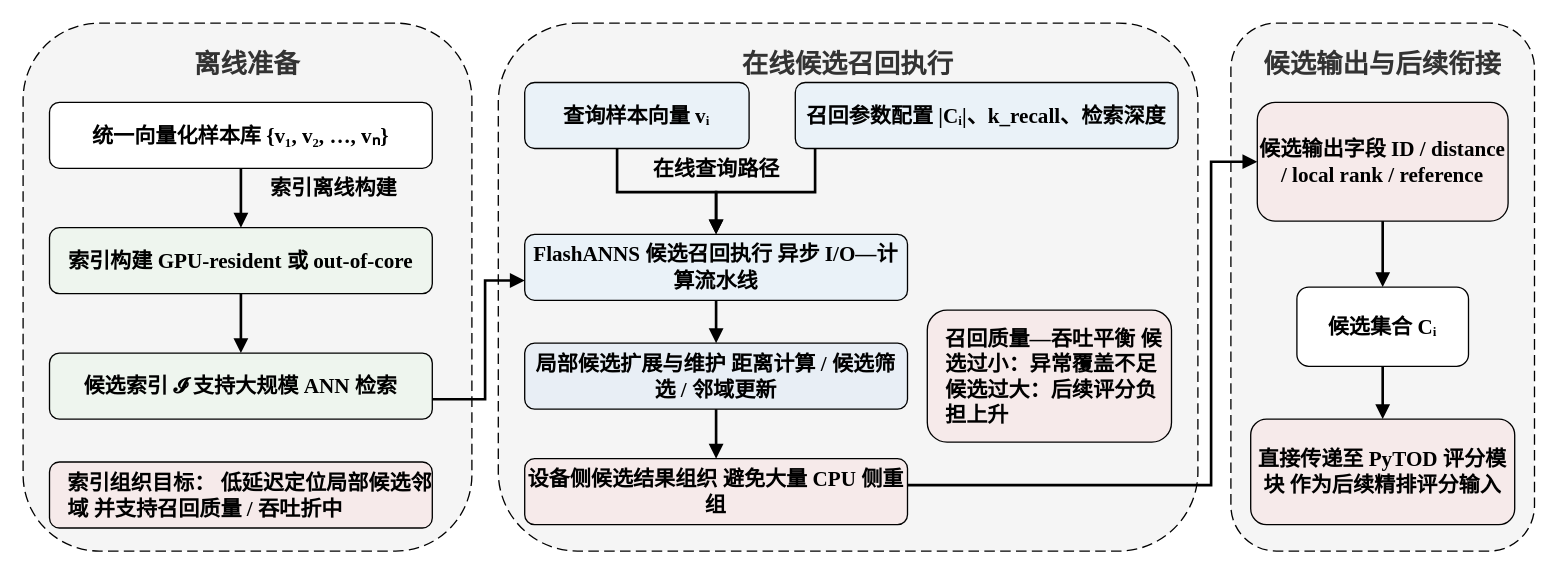
Above: figures/fig3-3_FlashANNS_candidate_recall_flow.drawio in HuangEven/latex-template (draw.io), before the change. Source tidied: cells renumbered, new cells numbered last; positions are measured from the earlier drawing's top-left corner, leaving out a move shared by most shapes. Both pictures are drawn from the tidied source at 132%, with x=0, y=0 at pixel (22, 22).
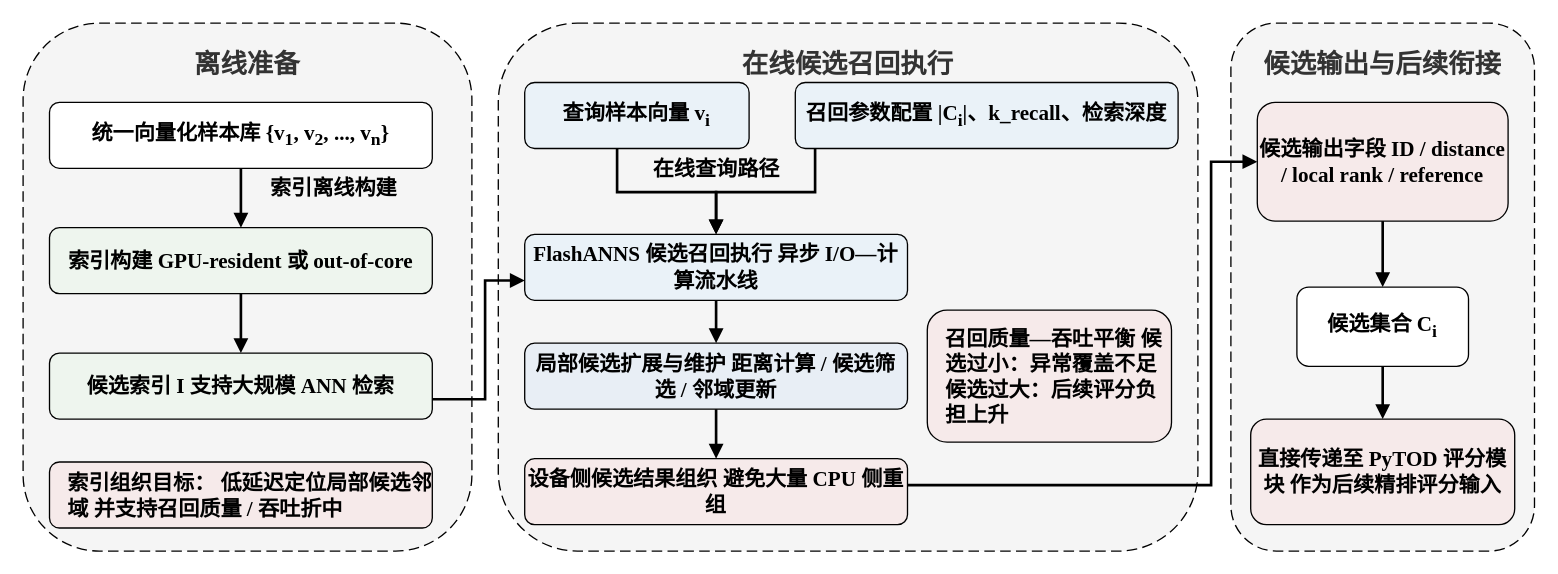
After the change.

The edit, as a diff of the source:
```diff
@@
-    <mxCell id="5" value="统一向量化样本库 {v₁, v₂, …, vₙ}" style="rounded=1;whiteSpace=wrap;html=1;fontSize=16;fontStyle=1;fontFamily=Times New Roman;align=center;verticalAlign=middle;strokeWidth=1;" parent="1" vertex="1">
+    <mxCell id="5" value="统一向量化样本库 {v&lt;sub&gt;1&lt;/sub&gt;, v&lt;sub&gt;2&lt;/sub&gt;, ..., v&lt;sub&gt;n&lt;/sub&gt;}" style="rounded=1;whiteSpace=wrap;html=1;fontSize=16;fontStyle=1;fontFamily=Times New Roman;align=center;verticalAlign=middle;strokeWidth=1;" parent="1" vertex="1">
       <mxGeometry x="20" y="60" width="290" height="50" as="geometry" />
     </mxCell>
@@
-    <mxCell id="7" value="候选索引 𝓘 支持大规模 ANN 检索" style="rounded=1;whiteSpace=wrap;html=1;fontSize=16;fontStyle=1;fontFamily=Times New Roman;align=center;verticalAlign=middle;strokeWidth=1;fillColor=#EEF5EE;strokeColor=#000000;" parent="1" vertex="1">
+    <mxCell id="7" value="候选索引 I 支持大规模 ANN 检索" style="rounded=1;whiteSpace=wrap;html=1;fontSize=16;fontStyle=1;fontFamily=Times New Roman;align=center;verticalAlign=middle;strokeWidth=1;fillColor=#EEF5EE;strokeColor=#000000;" parent="1" vertex="1">
       <mxGeometry x="20" y="250" width="290" height="50" as="geometry" />
     </mxCell>
@@
-    <mxCell id="9" value="&lt;font&gt;查询样本向量 vᵢ&lt;/font&gt;" style="rounded=1;whiteSpace=wrap;html=1;fontSize=16;fontStyle=1;fontFamily=Times New Roman;align=center;verticalAlign=middle;strokeWidth=1;fillColor=#EAF2F8;strokeColor=#000000;rotation=0;" parent="1" vertex="1">
+    <mxCell id="9" value="&lt;font&gt;查询样本向量 v&lt;sub&gt;i&lt;/sub&gt;&lt;/font&gt;" style="rounded=1;whiteSpace=wrap;html=1;fontSize=16;fontStyle=1;fontFamily=Times New Roman;align=center;verticalAlign=middle;strokeWidth=1;fillColor=#EAF2F8;strokeColor=#000000;rotation=0;" parent="1" vertex="1">
       <mxGeometry x="380" y="45" width="170" height="50" as="geometry" />
     </mxCell>
-    <mxCell id="10" value="召回参数配置 |Cᵢ|、k_recall、检索深度" style="rounded=1;whiteSpace=wrap;html=1;fontSize=16;fontFamily=Times New Roman;align=center;verticalAlign=middle;strokeWidth=1;fillColor=#EAF2F8;strokeColor=#000000;fontStyle=1;" parent="1" vertex="1">
+    <mxCell id="10" value="召回参数配置 |C&lt;sub&gt;i&lt;/sub&gt;|、k_recall、检索深度" style="rounded=1;whiteSpace=wrap;html=1;fontSize=16;fontFamily=Times New Roman;align=center;verticalAlign=middle;strokeWidth=1;fillColor=#EAF2F8;strokeColor=#000000;fontStyle=1;" parent="1" vertex="1">
       <mxGeometry x="585" y="45" width="290" height="50" as="geometry" />
     </mxCell>
@@
-    <mxCell id="16" value="候选集合 Cᵢ" style="rounded=1;whiteSpace=wrap;html=1;fontSize=16;fontStyle=1;fontFamily=Times New Roman;align=center;verticalAlign=middle;strokeWidth=1;fillColor=#FFFFFF;strokeColor=#000000;" parent="1" vertex="1">
+    <mxCell id="16" value="候选集合 C&lt;sub&gt;i&lt;/sub&gt;" style="rounded=1;whiteSpace=wrap;html=1;fontSize=16;fontStyle=1;fontFamily=Times New Roman;align=center;verticalAlign=middle;strokeWidth=1;fillColor=#FFFFFF;strokeColor=#000000;" parent="1" vertex="1">
       <mxGeometry x="965" y="200" width="130" height="60" as="geometry" />
     </mxCell>
```
